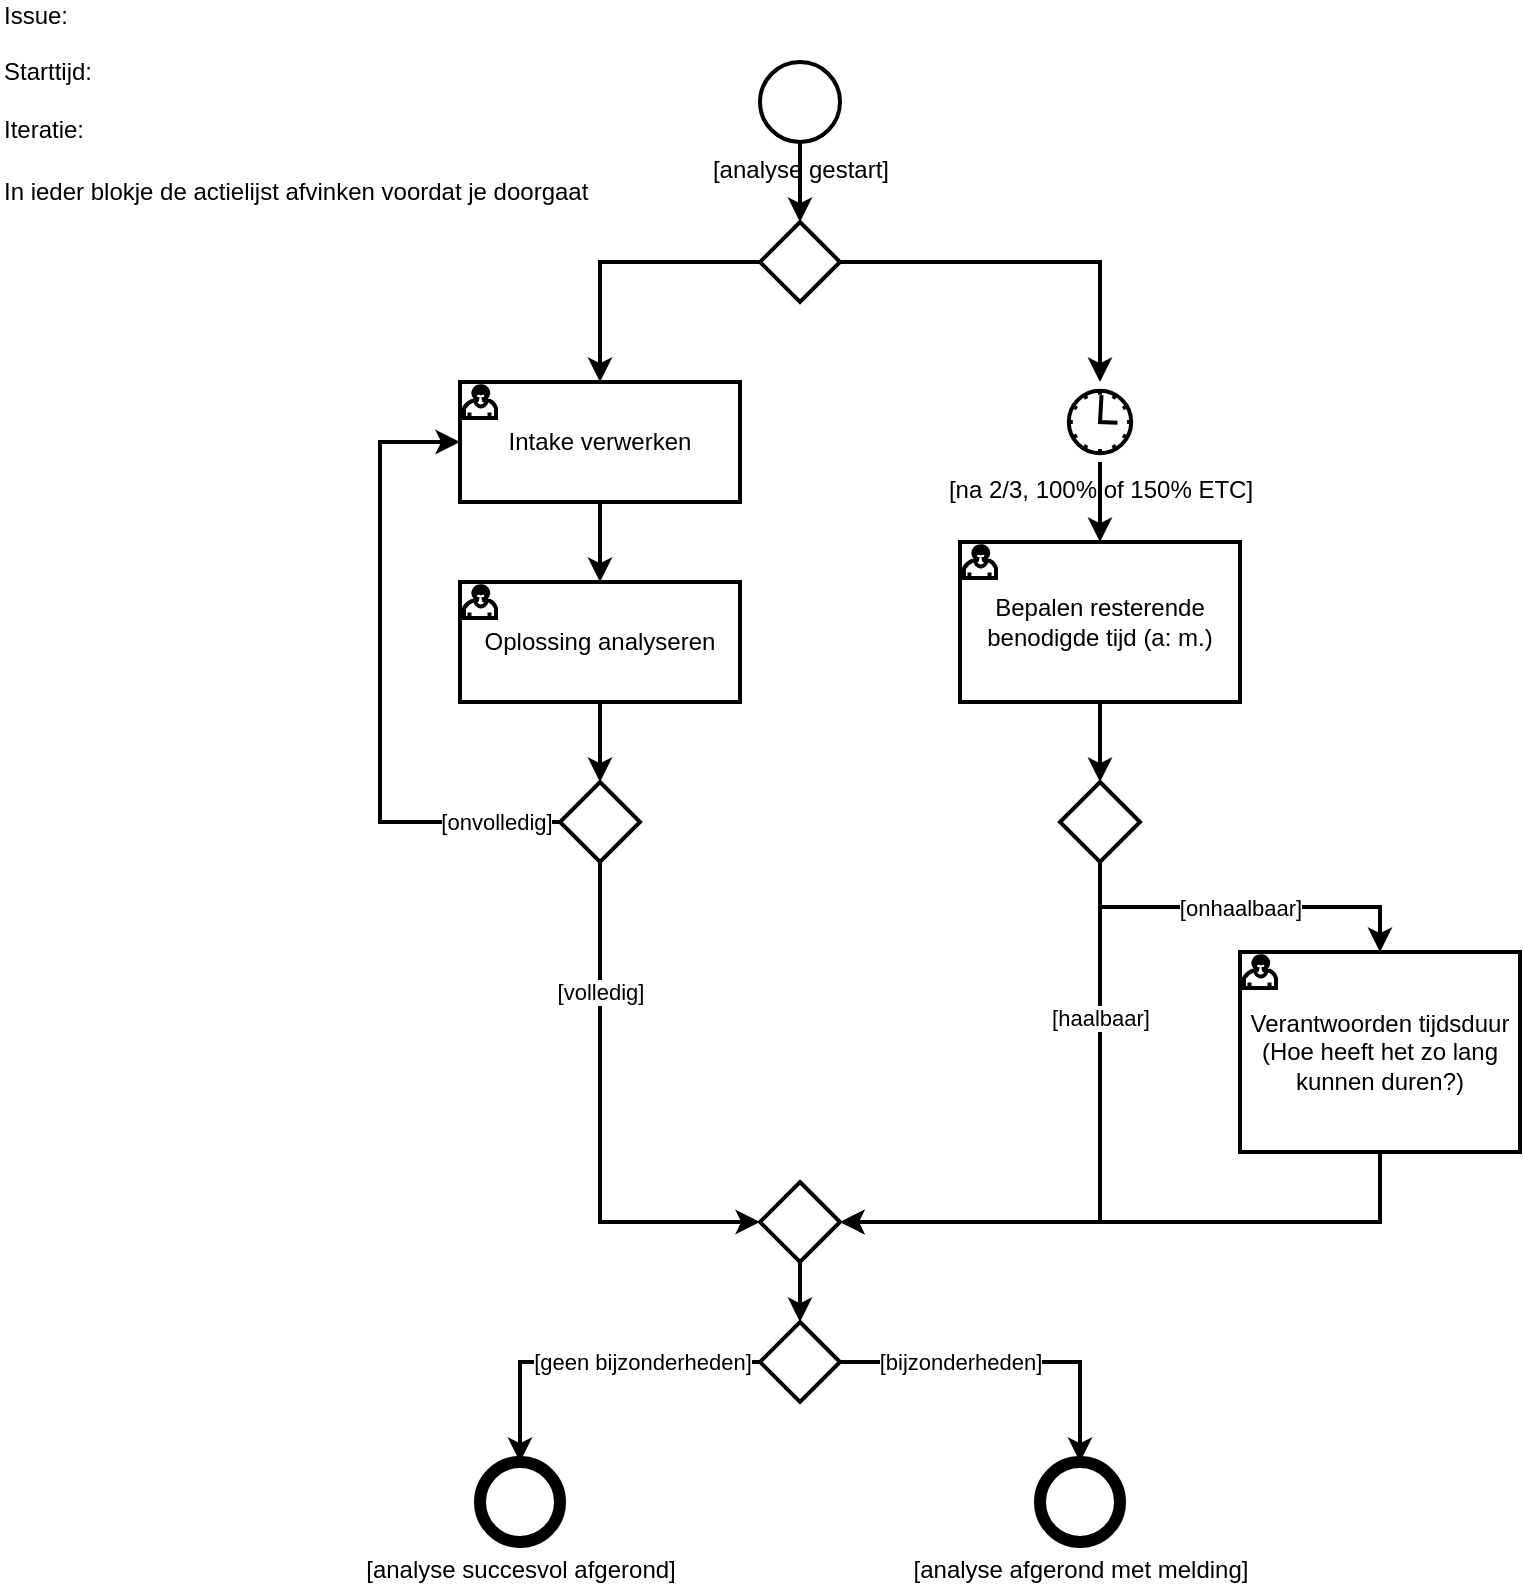
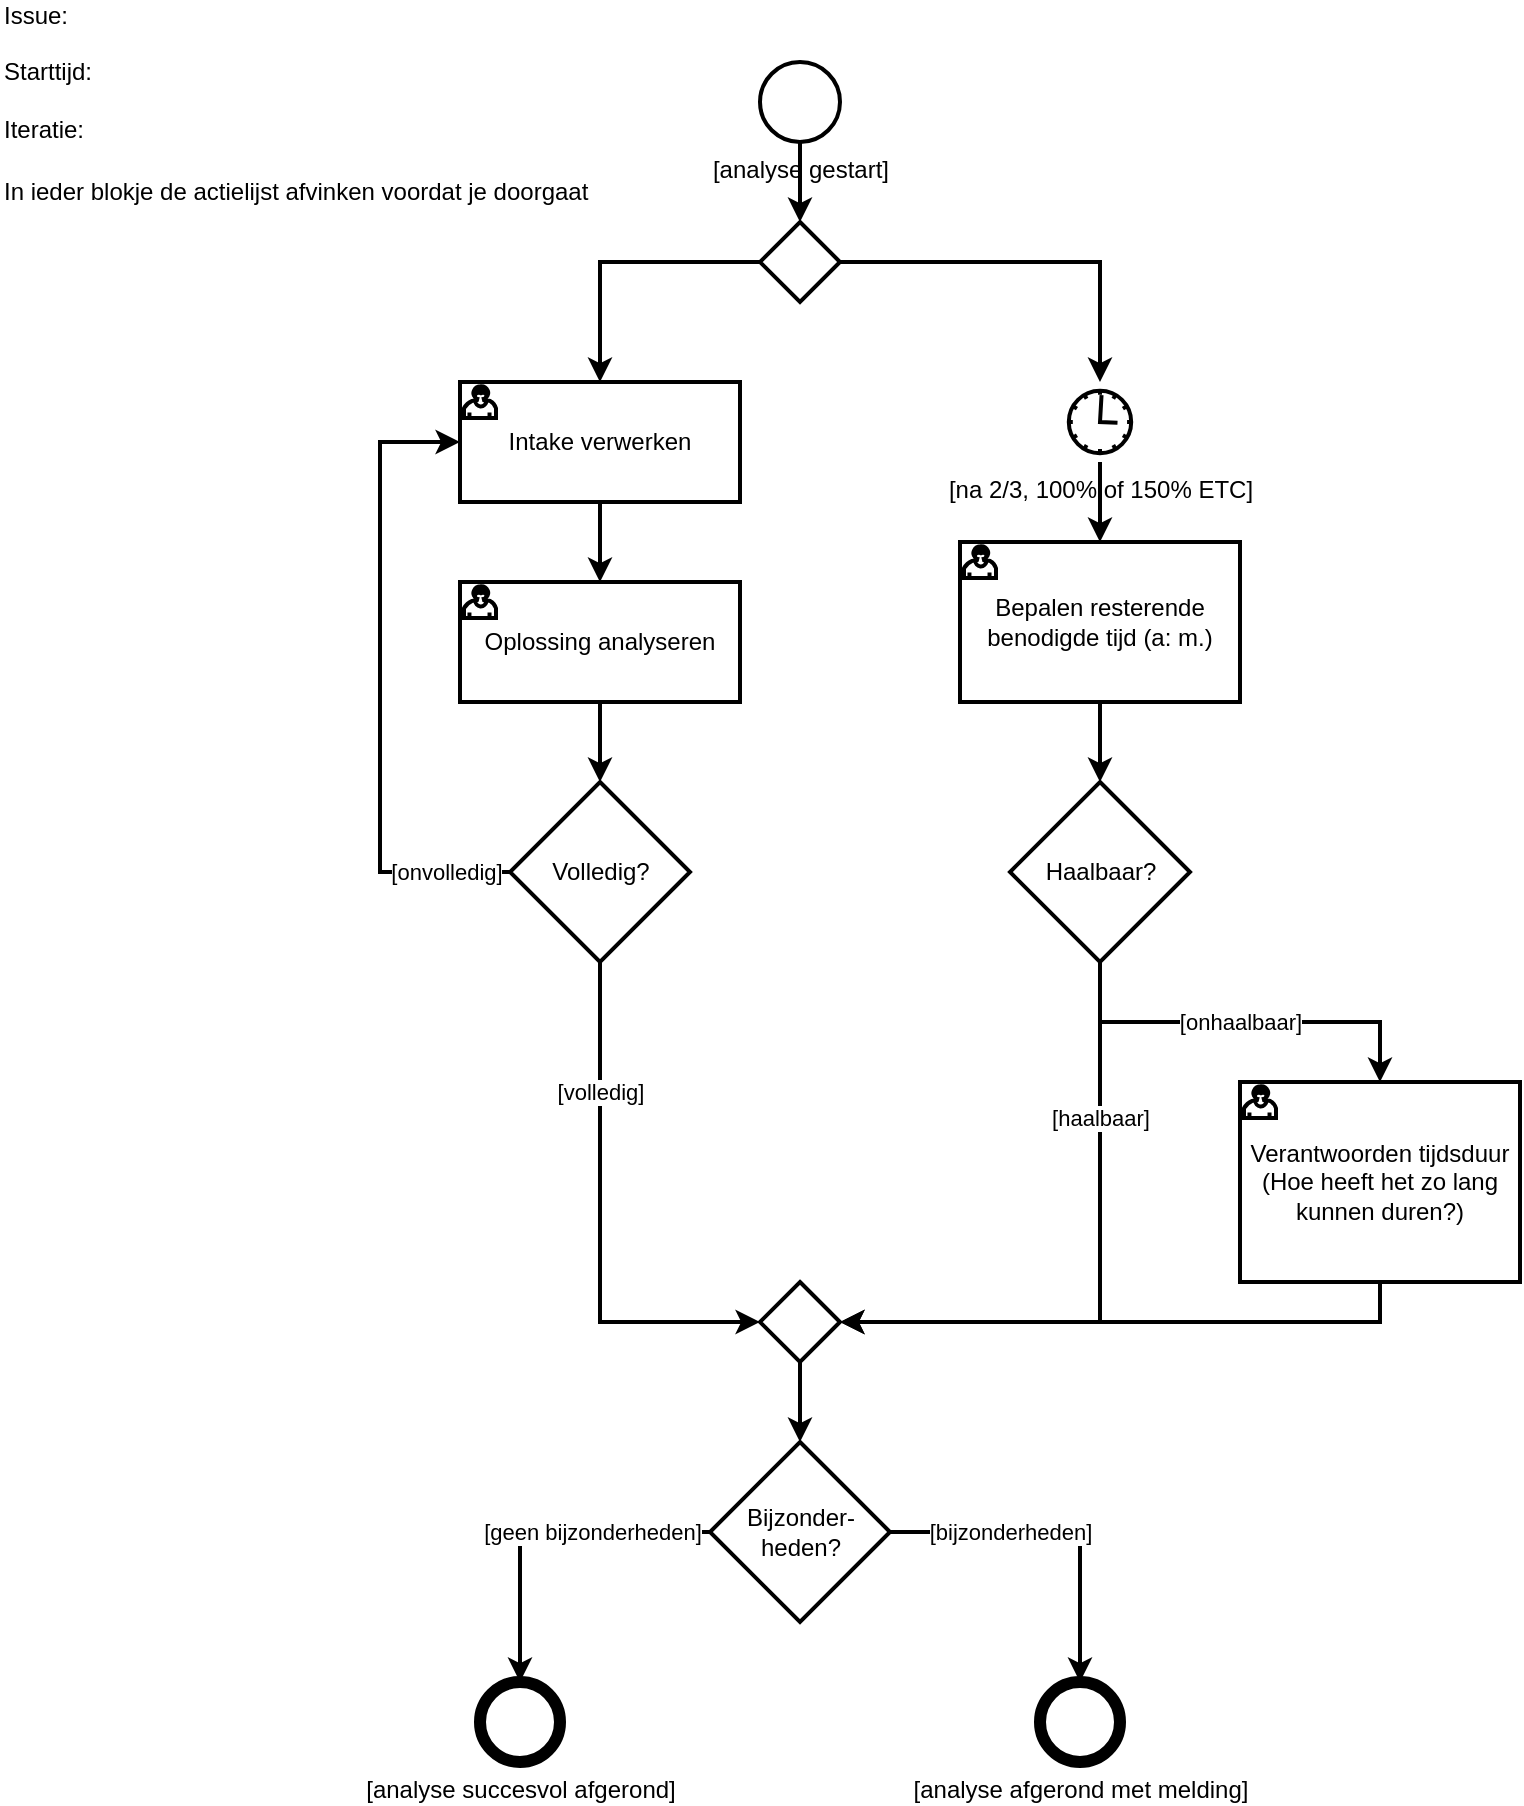
<mxfile host="Electron" agent="Mozilla/5.0 (Windows NT 10.0; Win64; x64) AppleWebKit/537.36 (KHTML, like Gecko) Chrome/143.0.0.0 Safari/537.36">
  <diagram name="Page-1" id="N1ihbLb1V8zAQBHubTxZ">
-     <mxGraphModel dx="855" dy="881" grid="1" gridSize="10" guides="1" tooltips="1" connect="1" arrows="1" fold="1" page="1" pageScale="1" pageWidth="827" pageHeight="1169" math="0" shadow="0">
+     <mxGraphModel dx="1560" dy="881" grid="1" gridSize="10" guides="1" tooltips="1" connect="1" arrows="1" fold="1" page="1" pageScale="1" pageWidth="827" pageHeight="1169" math="0" shadow="0">
      <root>
        <mxCell id="0" />
        <mxCell id="1" parent="0" />
        <mxCell id="XXgrilK3sBboaJHVpPJj-29" parent="1" style="text;html=1;align=left;verticalAlign=middle;whiteSpace=wrap;rounded=0;" value="Issue:&amp;nbsp; &amp;nbsp;&lt;br&gt;&lt;br&gt;Starttijd:&lt;br&gt;&lt;br&gt;Iteratie:&amp;nbsp;" vertex="1">
          <mxGeometry height="30" width="60" x="10" y="30" as="geometry" />
        </mxCell>
        <mxCell id="XXgrilK3sBboaJHVpPJj-33" parent="1" style="text;html=1;whiteSpace=wrap;strokeColor=none;fillColor=none;align=left;verticalAlign=middle;rounded=0;labelPosition=center;verticalLabelPosition=middle;" value="In ieder blokje de actielijst afvinken voordat je doorgaat" vertex="1">
          <mxGeometry height="30" width="300" x="10" y="90" as="geometry" />
        </mxCell>
        <object label="[analyse gestart]" id="bpmn_start_event">
          <mxCell parent="1" style="shape=mxgraph.bpmn.event;html=1;verticalLabelPosition=bottom;labelBackgroundColor=#ffffff;verticalAlign=top;align=center;perimeter=ellipsePerimeter;outlineConnect=0;aspect=fixed;outline=standard;symbol=general;strokeWidth=2;" vertex="1">
            <mxGeometry height="40" width="40" x="390" y="40" as="geometry" />
          </mxCell>
        </object>
        <object label="" id="bpmn_gateway_fork">
          <mxCell parent="1" style="shape=mxgraph.bpmn.gateway;html=1;align=center;verticalAlign=middle;perimeter=rhombusPerimeter;outlineConnect=0;gatewaySymbol=parallel;strokeWidth=2;" vertex="1">
            <mxGeometry height="40" width="40" x="390" y="120" as="geometry" />
          </mxCell>
        </object>
        <object label="Intake verwerken" Action="301" id="bpmn_task_intake">
          <mxCell parent="1" style="shape=mxgraph.bpmn.task;html=1;verticalAlign=middle;align=center;whiteSpace=wrap;taskMarker=user;strokeWidth=2;" vertex="1">
            <mxGeometry height="60" width="140" x="240" y="200" as="geometry" />
          </mxCell>
        </object>
        <object label="Oplossing analyseren" Action="302" id="bpmn_task_oplossing">
          <mxCell parent="1" style="shape=mxgraph.bpmn.task;html=1;verticalAlign=middle;align=center;whiteSpace=wrap;taskMarker=user;strokeWidth=2;" vertex="1">
            <mxGeometry height="60" width="140" x="240" y="300" as="geometry" />
          </mxCell>
        </object>
-         <object label="" id="bpmn_gateway_kwaliteit">
+         <object label="Volledig?" id="bpmn_gateway_kwaliteit">
          <mxCell parent="1" style="shape=mxgraph.bpmn.gateway;html=1;align=center;verticalAlign=middle;perimeter=rhombusPerimeter;outlineConnect=0;gatewaySymbol=exclusive;strokeWidth=2;" vertex="1">
-             <mxGeometry height="40" width="40" x="290" y="400" as="geometry" />
+             <mxGeometry height="90" width="90" x="265" y="400" as="geometry" />
          </mxCell>
        </object>
        <object label="[na 2/3, 100% of 150% ETC]" id="bpmn_event_etc">
          <mxCell parent="1" style="shape=mxgraph.bpmn.event;html=1;verticalLabelPosition=bottom;labelBackgroundColor=#ffffff;verticalAlign=top;align=center;perimeter=ellipsePerimeter;outlineConnect=0;aspect=fixed;outline=catch;symbol=timer;strokeWidth=2;" vertex="1">
            <mxGeometry height="40" width="40" x="540" y="200" as="geometry" />
          </mxCell>
        </object>
        <object label="Bepalen resterende benodigde tijd (a: m.)" Action="303" id="bpmn_task_inschatting">
          <mxCell parent="1" style="shape=mxgraph.bpmn.task;html=1;verticalAlign=middle;align=center;whiteSpace=wrap;taskMarker=user;strokeWidth=2;" vertex="1">
            <mxGeometry height="80" width="140" x="490" y="280" as="geometry" />
          </mxCell>
        </object>
-         <object label="" Action="305" id="bpmn_gateway_haalbaarheid">
+         <object label="Haalbaar?" Action="305" id="bpmn_gateway_haalbaarheid">
          <mxCell parent="1" style="shape=mxgraph.bpmn.gateway;html=1;align=center;verticalAlign=middle;perimeter=rhombusPerimeter;outlineConnect=0;gatewaySymbol=exclusive;strokeWidth=2;" vertex="1">
-             <mxGeometry height="40" width="40" x="540" y="400" as="geometry" />
+             <mxGeometry height="90" width="90" x="515" y="400" as="geometry" />
          </mxCell>
        </object>
        <object label="Verantwoorden tijdsduur (Hoe heeft het zo lang kunnen duren?)" Action="304" id="bpmn_task_verantwoording">
          <mxCell parent="1" style="shape=mxgraph.bpmn.task;html=1;verticalAlign=middle;align=center;whiteSpace=wrap;taskMarker=user;strokeWidth=2;" vertex="1">
-             <mxGeometry height="100" width="140" x="630" y="485" as="geometry" />
+             <mxGeometry height="100" width="140" x="630" y="550" as="geometry" />
          </mxCell>
        </object>
        <object label="" id="bpmn_gateway_join">
          <mxCell parent="1" style="shape=mxgraph.bpmn.gateway;html=1;align=center;verticalAlign=middle;perimeter=rhombusPerimeter;outlineConnect=0;gatewaySymbol=parallel;strokeWidth=2;" vertex="1">
-             <mxGeometry height="40" width="40" x="390" y="600" as="geometry" />
+             <mxGeometry height="40" width="40" x="390" y="650" as="geometry" />
          </mxCell>
        </object>
-         <object label="" id="bpmn_gateway_bijzonderheden">
+         <object label="Bijzonder-&lt;br&gt;heden?" id="bpmn_gateway_bijzonderheden">
          <mxCell parent="1" style="shape=mxgraph.bpmn.gateway;html=1;align=center;verticalAlign=middle;perimeter=rhombusPerimeter;outlineConnect=0;gatewaySymbol=exclusive;strokeWidth=2;" vertex="1">
-             <mxGeometry height="40" width="40" x="390" y="670" as="geometry" />
+             <mxGeometry height="90" width="90" x="365" y="730" as="geometry" />
          </mxCell>
        </object>
        <object label="[analyse succesvol afgerond]" id="bpmn_end_regulier">
          <mxCell parent="1" style="shape=mxgraph.bpmn.event;html=1;verticalLabelPosition=bottom;labelBackgroundColor=#ffffff;verticalAlign=top;align=center;perimeter=ellipsePerimeter;outlineConnect=0;aspect=fixed;outline=end;symbol=general;strokeWidth=2;" vertex="1">
-             <mxGeometry height="40" width="40" x="250" y="740" as="geometry" />
+             <mxGeometry height="40" width="40" x="250" y="850" as="geometry" />
          </mxCell>
        </object>
        <object label="[analyse afgerond met melding]" id="bpmn_end_bijzonderheden">
          <mxCell parent="1" style="shape=mxgraph.bpmn.event;html=1;verticalLabelPosition=bottom;labelBackgroundColor=#ffffff;verticalAlign=top;align=center;perimeter=ellipsePerimeter;outlineConnect=0;aspect=fixed;outline=end;symbol=general;strokeWidth=2;" vertex="1">
-             <mxGeometry height="40" width="40" x="530" y="740" as="geometry" />
+             <mxGeometry height="40" width="40" x="530" y="850" as="geometry" />
          </mxCell>
        </object>
        <mxCell id="edge_start_to_fork" edge="1" parent="1" source="bpmn_start_event" style="edgeStyle=orthogonalEdgeStyle;rounded=0;orthogonalLoop=1;jettySize=auto;html=1;strokeWidth=2;exitX=0.5;exitY=1;entryX=0.5;entryY=0;" target="bpmn_gateway_fork">
          <mxGeometry relative="1" as="geometry" />
        </mxCell>
        <mxCell id="edge_fork_to_intake" edge="1" parent="1" source="bpmn_gateway_fork" style="edgeStyle=orthogonalEdgeStyle;rounded=0;orthogonalLoop=1;jettySize=auto;html=1;strokeWidth=2;exitX=0;exitY=0.5;entryX=0.5;entryY=0;" target="bpmn_task_intake">
          <mxGeometry relative="1" as="geometry" />
        </mxCell>
        <mxCell id="edge_fork_to_etc" edge="1" parent="1" source="bpmn_gateway_fork" style="edgeStyle=orthogonalEdgeStyle;rounded=0;orthogonalLoop=1;jettySize=auto;html=1;strokeWidth=2;exitX=1;exitY=0.5;entryX=0.5;entryY=0;" target="bpmn_event_etc">
          <mxGeometry relative="1" as="geometry" />
        </mxCell>
        <mxCell id="edge_intake_to_oplossing" edge="1" parent="1" source="bpmn_task_intake" style="edgeStyle=orthogonalEdgeStyle;rounded=0;orthogonalLoop=1;jettySize=auto;html=1;strokeWidth=2;exitX=0.5;exitY=1;entryX=0.5;entryY=0;" target="bpmn_task_oplossing">
          <mxGeometry relative="1" as="geometry" />
        </mxCell>
        <mxCell id="edge_oplossing_to_kwaliteit" edge="1" parent="1" source="bpmn_task_oplossing" style="edgeStyle=orthogonalEdgeStyle;rounded=0;orthogonalLoop=1;jettySize=auto;html=1;strokeWidth=2;exitX=0.5;exitY=1;entryX=0.5;entryY=0;" target="bpmn_gateway_kwaliteit">
          <mxGeometry relative="1" as="geometry" />
        </mxCell>
        <object label="[onvolledig]" id="edge_kwaliteit_onvolledig">
          <mxCell edge="1" parent="1" source="bpmn_gateway_kwaliteit" style="edgeStyle=orthogonalEdgeStyle;rounded=0;orthogonalLoop=1;jettySize=auto;html=1;strokeWidth=2;exitX=0;exitY=0.5;entryX=0;entryY=0.5;" target="bpmn_task_intake">
            <mxGeometry relative="1" x="-0.8" as="geometry">
              <mxPoint as="offset" />
              <Array as="points">
-                 <mxPoint x="200" y="420" />
+                 <mxPoint x="200" y="445" />
                <mxPoint x="200" y="230" />
              </Array>
            </mxGeometry>
          </mxCell>
        </object>
        <object label="[volledig]" id="edge_kwaliteit_volledig">
          <mxCell edge="1" parent="1" source="bpmn_gateway_kwaliteit" style="edgeStyle=orthogonalEdgeStyle;rounded=0;orthogonalLoop=1;jettySize=auto;html=1;strokeWidth=2;exitX=0.5;exitY=1;entryX=0;entryY=0.5;" target="bpmn_gateway_join">
            <mxGeometry relative="1" x="-0.5" as="geometry">
              <mxPoint as="offset" />
            </mxGeometry>
          </mxCell>
        </object>
        <mxCell id="edge_etc_to_inschatting" edge="1" parent="1" source="bpmn_event_etc" style="edgeStyle=orthogonalEdgeStyle;rounded=0;orthogonalLoop=1;jettySize=auto;html=1;strokeWidth=2;exitX=0.5;exitY=1;entryX=0.5;entryY=0;" target="bpmn_task_inschatting">
          <mxGeometry relative="1" as="geometry" />
        </mxCell>
        <mxCell id="edge_inschatting_to_haalbaarheid" edge="1" parent="1" source="bpmn_task_inschatting" style="edgeStyle=orthogonalEdgeStyle;rounded=0;orthogonalLoop=1;jettySize=auto;html=1;strokeWidth=2;exitX=0.5;exitY=1;entryX=0.5;entryY=0;" target="bpmn_gateway_haalbaarheid">
          <mxGeometry relative="1" as="geometry" />
        </mxCell>
        <object label="[haalbaar]" Action="305T" id="edge_haalbaarheid_haalbaar">
          <mxCell edge="1" parent="1" source="bpmn_gateway_haalbaarheid" style="edgeStyle=orthogonalEdgeStyle;rounded=0;orthogonalLoop=1;jettySize=auto;html=1;strokeWidth=2;exitX=0.5;exitY=1;entryX=1;entryY=0.5;" target="bpmn_gateway_join">
            <mxGeometry relative="1" x="-0.5" as="geometry">
              <mxPoint as="offset" />
            </mxGeometry>
          </mxCell>
        </object>
        <object label="[onhaalbaar]" Action="305F" id="edge_haalbaarheid_onhaalbaar">
          <mxCell edge="1" parent="1" source="bpmn_gateway_haalbaarheid" style="edgeStyle=orthogonalEdgeStyle;rounded=0;orthogonalLoop=1;jettySize=auto;html=1;strokeWidth=2;exitX=0.5;exitY=1;entryX=0.5;entryY=0;" target="bpmn_task_verantwoording">
            <mxGeometry relative="1" as="geometry" />
          </mxCell>
        </object>
        <mxCell id="edge_verantwoording_to_join" edge="1" parent="1" source="bpmn_task_verantwoording" style="edgeStyle=orthogonalEdgeStyle;rounded=0;orthogonalLoop=1;jettySize=auto;html=1;strokeWidth=2;exitX=0.5;exitY=1;entryX=1;entryY=0.5;" target="bpmn_gateway_join">
          <mxGeometry relative="1" as="geometry">
            <Array as="points">
-               <mxPoint x="700" y="620" />
+               <mxPoint x="700" y="670" />
            </Array>
          </mxGeometry>
        </mxCell>
        <mxCell id="edge_join_to_bijzonderheden" edge="1" parent="1" source="bpmn_gateway_join" style="edgeStyle=orthogonalEdgeStyle;rounded=0;orthogonalLoop=1;jettySize=auto;html=1;strokeWidth=2;exitX=0.5;exitY=1;entryX=0.5;entryY=0;" target="bpmn_gateway_bijzonderheden">
          <mxGeometry relative="1" as="geometry" />
        </mxCell>
        <object label="[geen bijzonderheden]" id="edge_bijzonderheden_geen">
          <mxCell edge="1" parent="1" source="bpmn_gateway_bijzonderheden" style="edgeStyle=orthogonalEdgeStyle;rounded=0;orthogonalLoop=1;jettySize=auto;html=1;strokeWidth=2;exitX=0;exitY=0.5;entryX=0.5;entryY=0;" target="bpmn_end_regulier">
            <mxGeometry relative="1" x="-0.3" as="geometry">
              <mxPoint as="offset" />
              <Array as="points">
-                 <mxPoint x="270" y="690" />
-                 <mxPoint x="270" y="740" />
+                 <mxPoint x="270" y="775" />
              </Array>
            </mxGeometry>
          </mxCell>
        </object>
        <object label="[bijzonderheden]" id="edge_bijzonderheden_wel">
          <mxCell edge="1" parent="1" source="bpmn_gateway_bijzonderheden" style="edgeStyle=orthogonalEdgeStyle;rounded=0;orthogonalLoop=1;jettySize=auto;html=1;strokeWidth=2;exitX=1;exitY=0.5;entryX=0.5;entryY=0;" target="bpmn_end_bijzonderheden">
            <mxGeometry relative="1" x="-0.3" as="geometry">
              <mxPoint as="offset" />
              <Array as="points">
-                 <mxPoint x="550" y="690" />
-                 <mxPoint x="550" y="740" />
+                 <mxPoint x="550" y="775" />
              </Array>
            </mxGeometry>
          </mxCell>
        </object>
      </root>
    </mxGraphModel>
  </diagram>
</mxfile>
